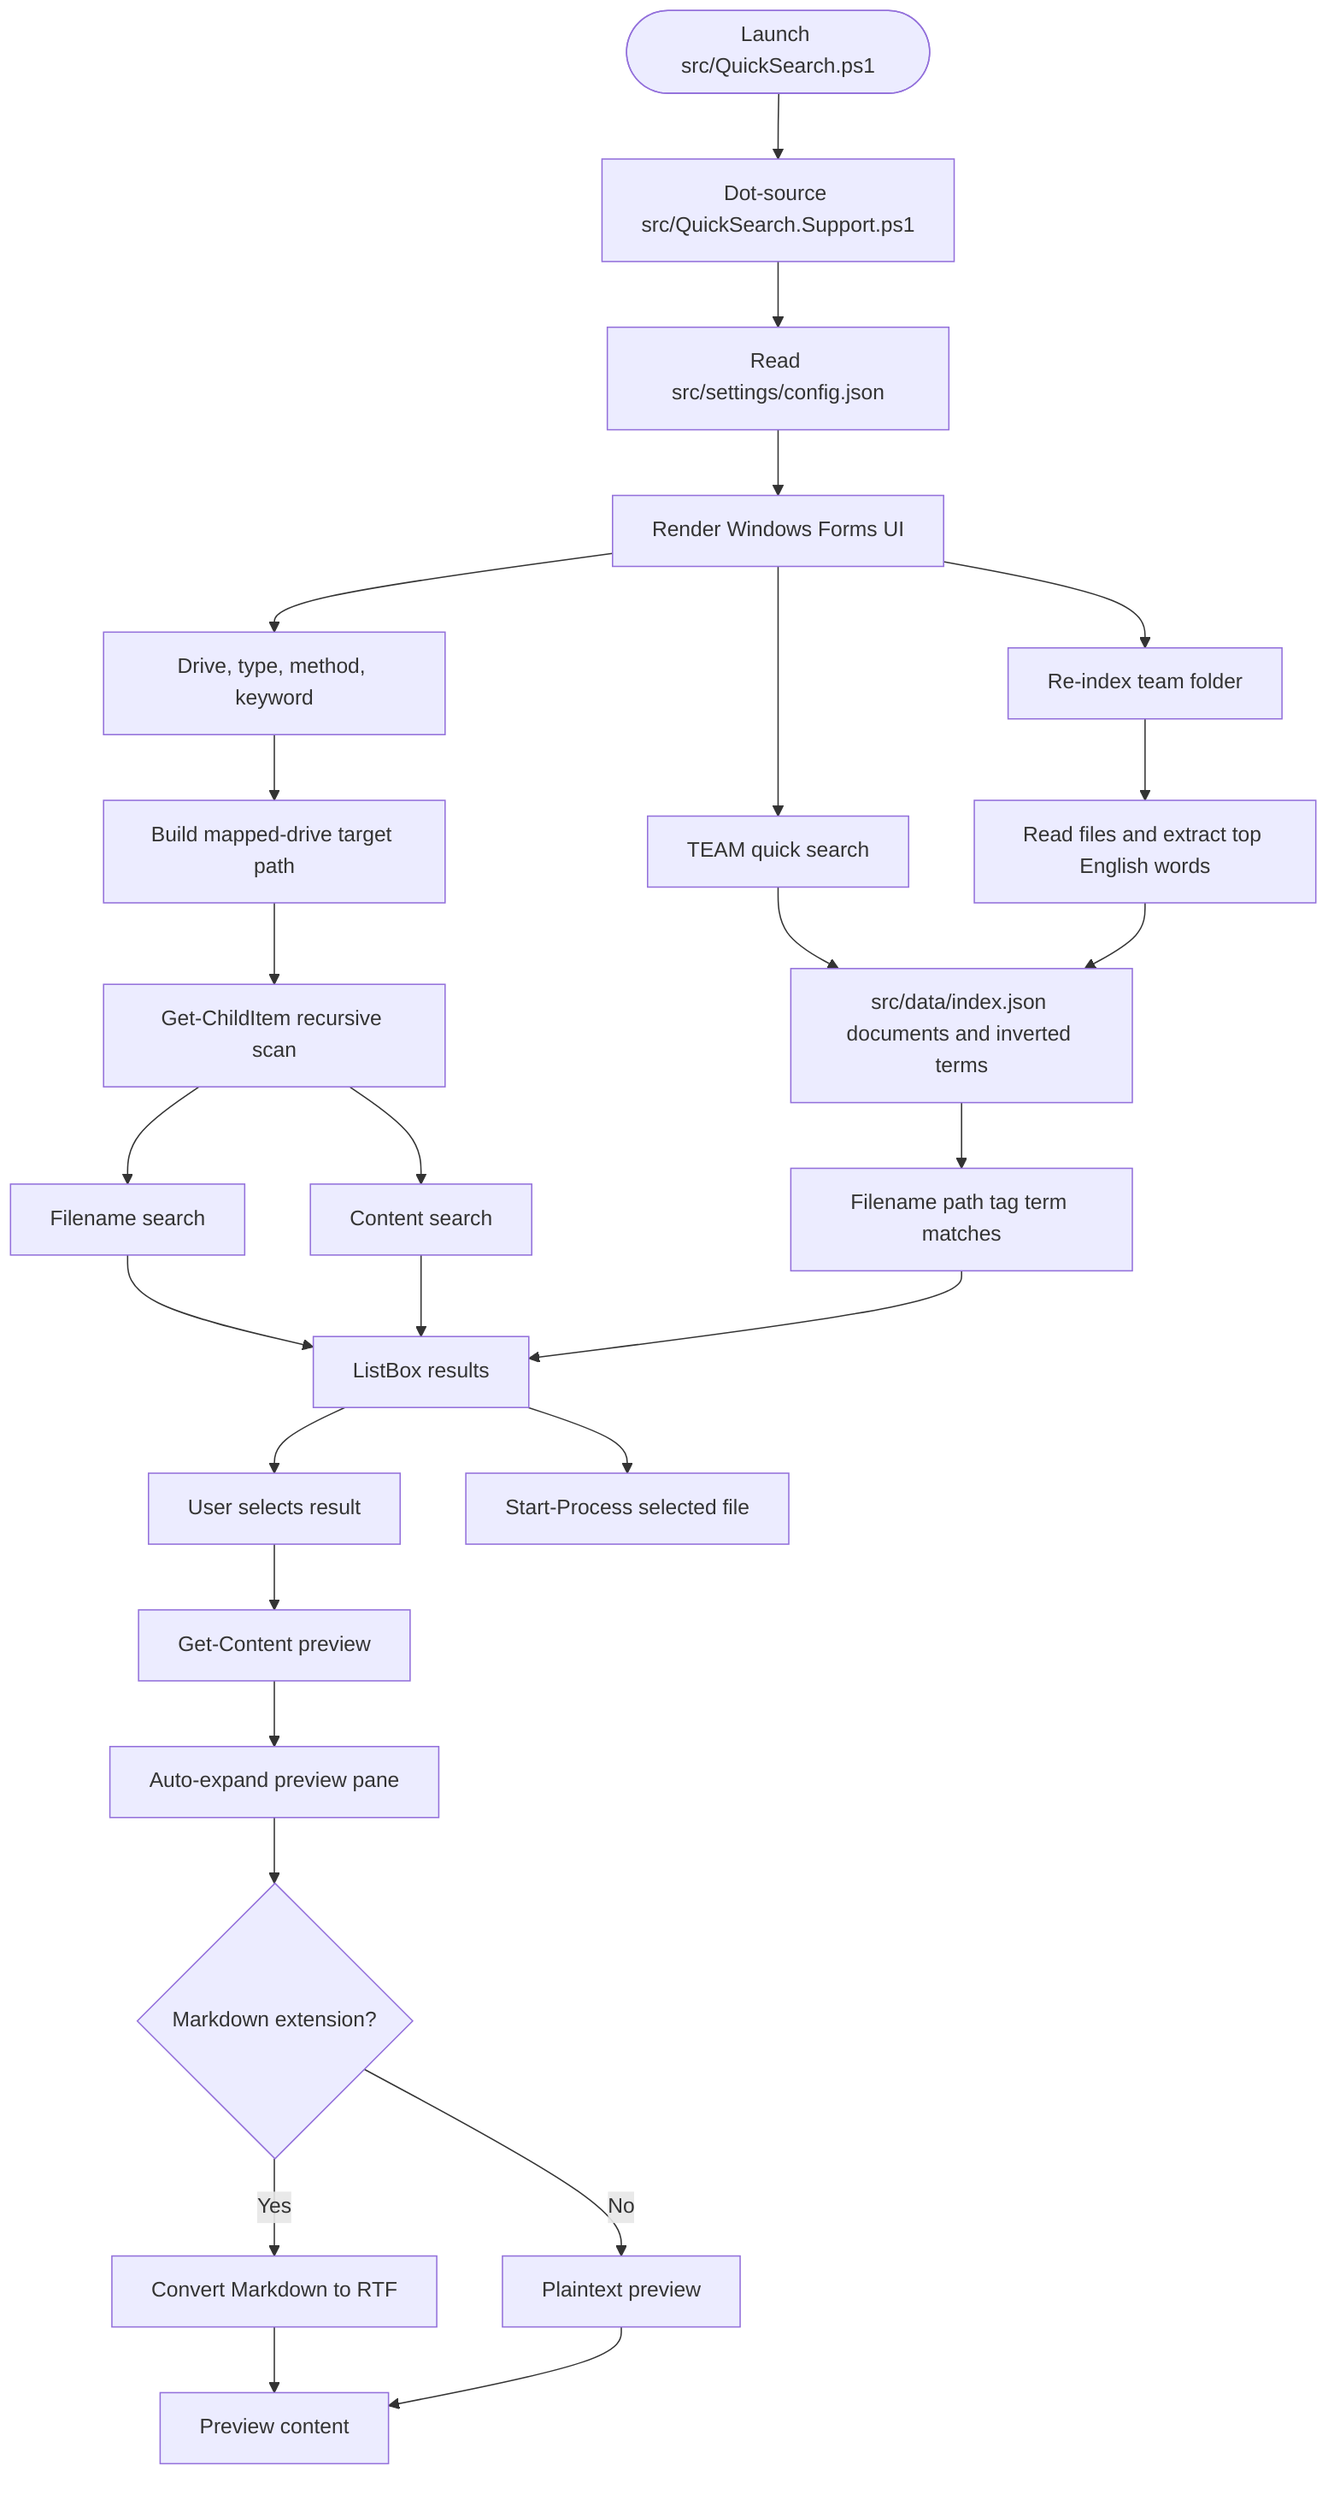
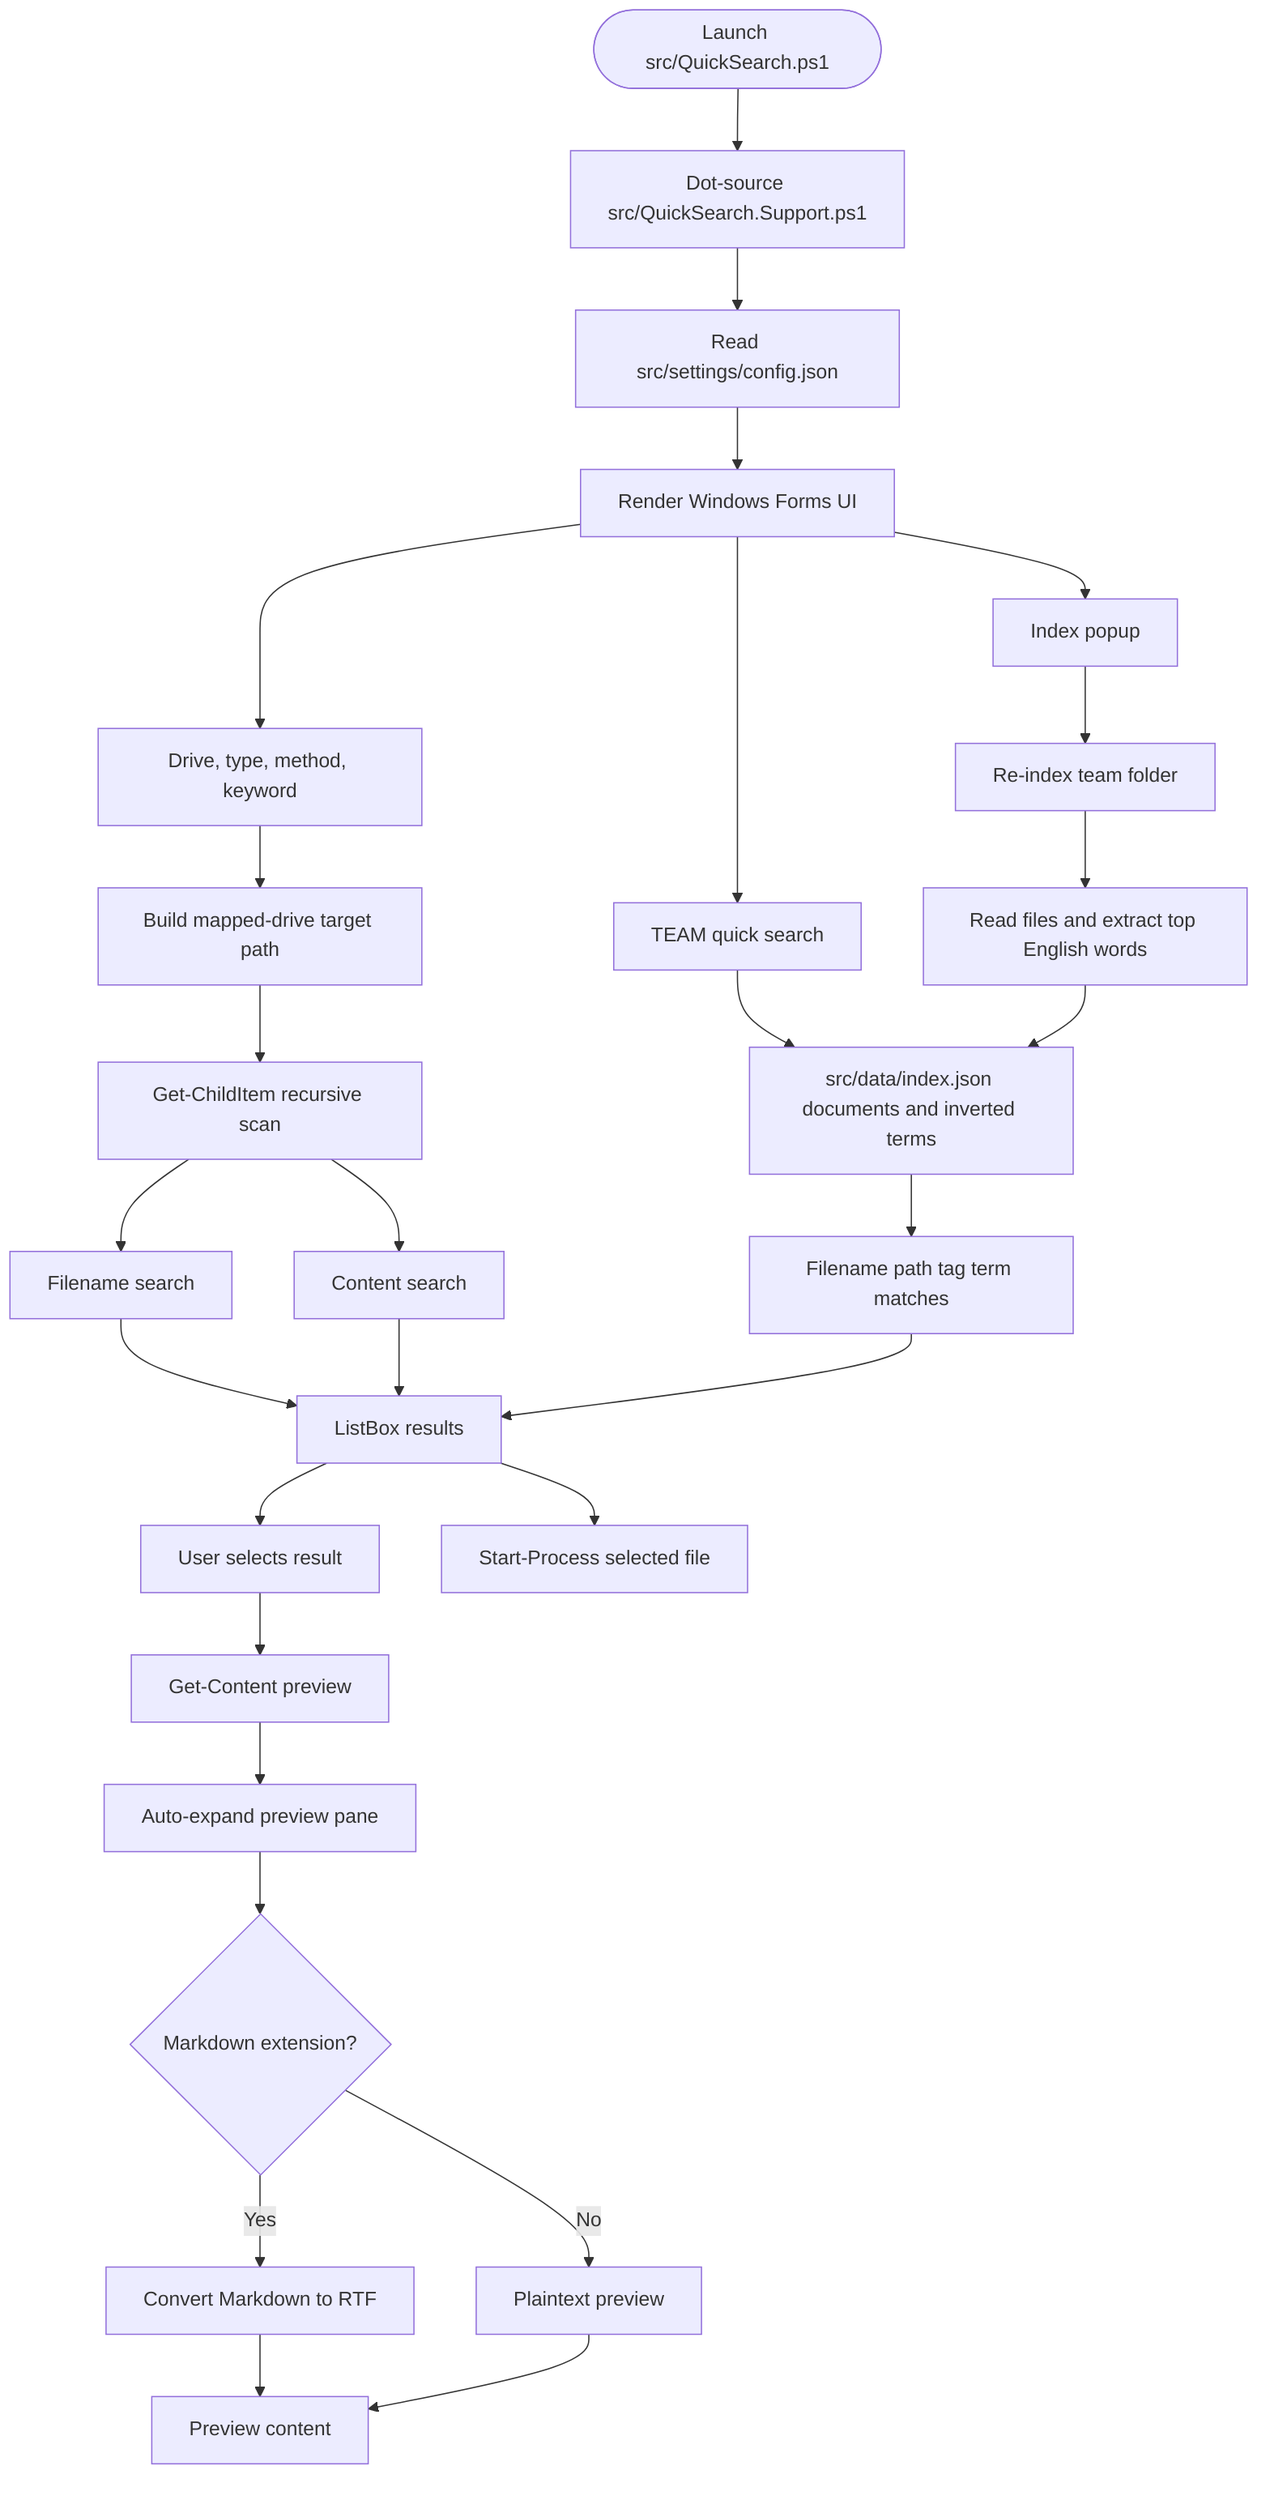
flowchart TD
  Start([Launch src/QuickSearch.ps1]) --> LoadSupport[Dot-source src/QuickSearch.Support.ps1]
  LoadSupport --> LoadConfig[Read src/settings/config.json]
  LoadConfig --> RenderUI[Render Windows Forms UI]
  RenderUI --> UserInput[Drive, type, method, keyword]
  UserInput --> BuildPath[Build mapped-drive target path]
  BuildPath --> FileScan[Get-ChildItem recursive scan]
  FileScan --> FilenameSearch[Filename search]
  FileScan --> ContentSearch[Content search]
  RenderUI --> TeamQuickSearch[TEAM quick search]
  TeamQuickSearch --> RootIndex[src/data/index.json documents and inverted terms]
  RootIndex --> IndexedMatches[Filename path tag term matches]
  FilenameSearch --> Results[ListBox results]
  ContentSearch --> Results
  IndexedMatches --> Results
  Results --> SelectResult[User selects result]
  SelectResult --> ReadFile[Get-Content preview]
  ReadFile --> AutoExpand[Auto-expand preview pane]
  AutoExpand --> PreviewMode{Markdown extension?}
  PreviewMode -->|Yes| MarkdownRtf[Convert Markdown to RTF]
  PreviewMode -->|No| PlainText[Plaintext preview]
  MarkdownRtf --> Preview[Preview content]
  PlainText --> Preview
  Results --> OpenSelected[Start-Process selected file]
-   RenderUI --> Reindex[Re-index team folder]
+   RenderUI --> IndexPopup[Index popup]
+   IndexPopup --> Reindex[Re-index team folder]
  Reindex --> TagExtraction[Read files and extract top English words]
  TagExtraction --> RootIndex
